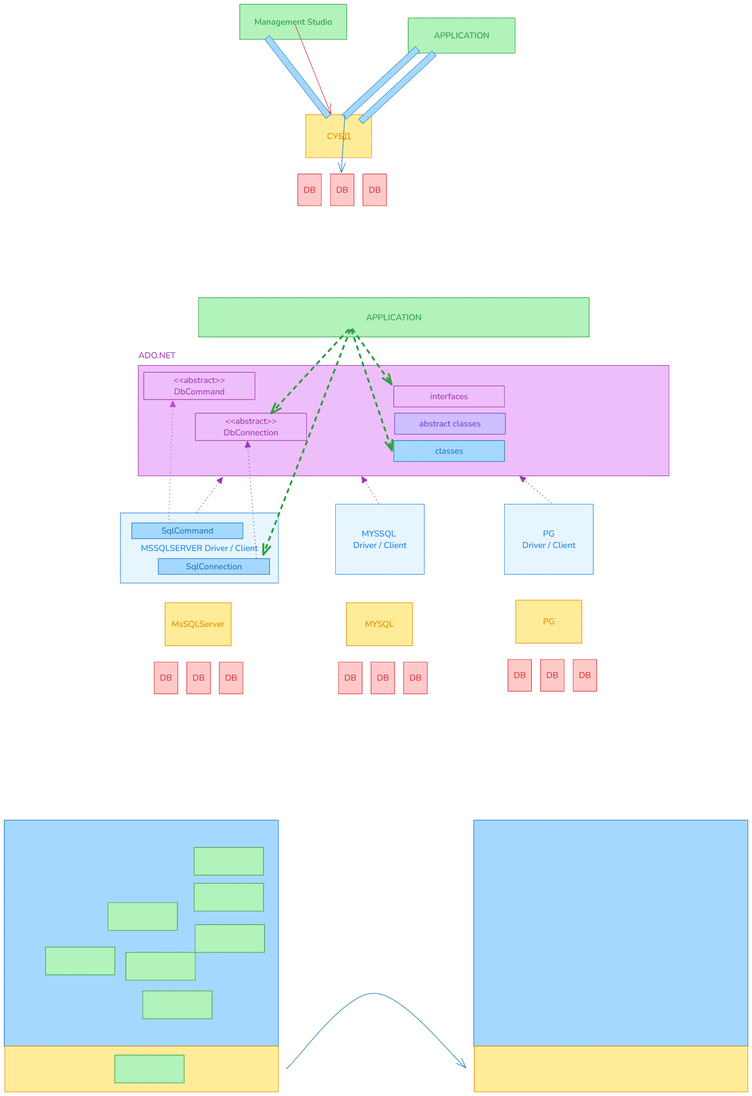
Above: img/04_ef.excalidraw.png in silvercodes/P41_db_sql_ef (Excalidraw), before the change. Source tidied: one line per element, renumbered; positions are measured from the earlier drawing's top-left corner, leaving out a move shared by most shapes.
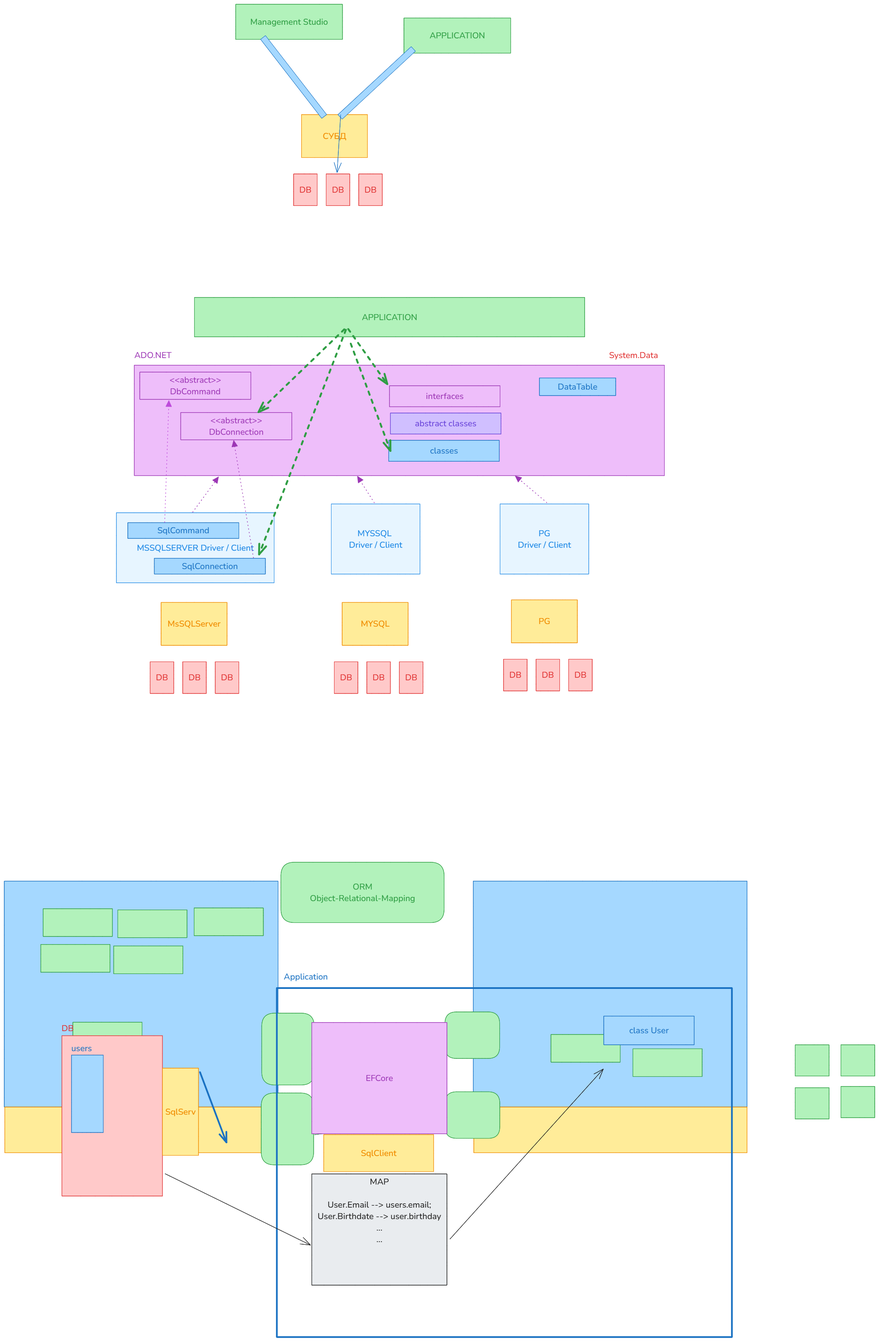
The same file after the commit.

Change to the diagram source:
```diff
@@ -46,40 +46,52 @@
 {"id": 45, "type": "rectangle", "strokeColor": "#228be6", "backgroundColor": "#e7f5ff", "fillStyle": "solid", "strokeWidth": 1, "roughness": 0, "x": 1173, "y": 1172, "width": 208, "height": 164}
 {"id": 46, "type": "text", "text": "PG\nDriver / Client", "strokeColor": "#228be6", "backgroundColor": "#eebefa", "fillStyle": "solid", "strokeWidth": 1, "roughness": 0, "fontSize": 20, "fontFamily": 6, "textAlign": "center", "verticalAlign": "middle", "inside": 45, "x": 1214, "y": 1228, "width": 125, "height": 54}
 {"id": 47, "type": "text", "text": "ADO.NET", "strokeColor": "#9c36b5", "backgroundColor": "#eebefa", "fillStyle": "solid", "strokeWidth": 1, "roughness": 0, "fontSize": 20, "fontFamily": 6, "x": 314, "y": 810, "width": 87, "height": 27}
-{"id": 48, "type": "rectangle", "strokeColor": "#9c36b5", "backgroundColor": "#eebefa", "fillStyle": "solid", "strokeWidth": 1, "roughness": 0, "x": 448, "y": 959, "width": 261, "height": 64}
+{"id": 48, "type": "rectangle", "strokeColor": "#9c36b5", "backgroundColor": "#eebefa", "fillStyle": "solid", "strokeWidth": 1, "roughness": 0, "x": 423, "y": 958, "width": 261, "height": 64}
-{"id": 49, "type": "text", "text": "<<abstract>>\nDbConnection", "strokeColor": "#9c36b5", "backgroundColor": "#eebefa", "fillStyle": "solid", "strokeWidth": 1, "roughness": 0, "fontSize": 20, "fontFamily": 6, "textAlign": "center", "verticalAlign": "middle", "inside": 48, "x": 514, "y": 964, "width": 128, "height": 54}
+{"id": 49, "type": "text", "text": "<<abstract>>\nDbConnection", "strokeColor": "#9c36b5", "backgroundColor": "#eebefa", "fillStyle": "solid", "strokeWidth": 1, "roughness": 0, "fontSize": 20, "fontFamily": 6, "textAlign": "center", "verticalAlign": "middle", "inside": 48, "x": 489, "y": 963, "width": 128, "height": 54}
 {"id": 50, "type": "arrow", "strokeColor": "#9c36b5", "backgroundColor": "#eebefa", "fillStyle": "solid", "strokeWidth": 1, "strokeStyle": "dotted", "roughness": 0, "endArrowhead": "triangle", "round": true, "from": 41, "to": 40, "x": 451, "y": 1191, "width": 60, "height": 82, "points": [[0, 0], [60, -82]]}
 {"id": 51, "type": "arrow", "strokeColor": "#9c36b5", "backgroundColor": "#eebefa", "fillStyle": "solid", "strokeWidth": 1, "strokeStyle": "dotted", "roughness": 0, "endArrowhead": "triangle", "round": true, "from": 43, "to": 40, "x": 877, "y": 1169, "width": 39, "height": 62, "points": [[0, 0], [-39, -62]]}
 {"id": 52, "type": "arrow", "strokeColor": "#9c36b5", "backgroundColor": "#eebefa", "fillStyle": "solid", "strokeWidth": 1, "strokeStyle": "dotted", "roughness": 0, "endArrowhead": "triangle", "round": true, "from": 45, "to": 40, "x": 1282, "y": 1169, "width": 74, "height": 62, "points": [[0, 0], [-74, -62]]}
 {"id": 53, "type": "rectangle", "strokeColor": "#1971c2", "backgroundColor": "#a5d8ff", "fillStyle": "solid", "strokeWidth": 1, "roughness": 0, "x": 361, "y": 1300, "width": 261, "height": 37}
 {"id": 54, "type": "text", "text": "SqlConnection", "strokeColor": "#1971c2", "backgroundColor": "#eebefa", "fillStyle": "solid", "strokeWidth": 1, "roughness": 0, "fontSize": 20, "fontFamily": 6, "textAlign": "center", "verticalAlign": "middle", "inside": 53, "x": 426, "y": 1305, "width": 132, "height": 27}
-{"id": 55, "type": "arrow", "strokeColor": "#9c36b5", "backgroundColor": "#eebefa", "fillStyle": "solid", "strokeWidth": 1, "strokeStyle": "dotted", "roughness": 0, "endArrowhead": "triangle", "round": true, "from": 53, "to": 48, "x": 591, "y": 1299, "width": 21, "height": 274, "points": [[0, 0], [-21, -274]]}
+{"id": 55, "type": "arrow", "strokeColor": "#9c36b5", "backgroundColor": "#eebefa", "fillStyle": "solid", "strokeWidth": 1, "strokeStyle": "dotted", "roughness": 0, "endArrowhead": "triangle", "round": true, "from": 53, "to": 48, "x": 594, "y": 1299, "width": 46, "height": 275, "points": [[0, 0], [-46, -275]]}
 {"id": 56, "type": "rectangle", "strokeColor": "#9c36b5", "backgroundColor": "#eebefa", "fillStyle": "solid", "strokeWidth": 1, "roughness": 0, "x": 913, "y": 895, "width": 259, "height": 49}
 {"id": 57, "type": "text", "text": "interfaces", "strokeColor": "#9c36b5", "backgroundColor": "#eebefa", "fillStyle": "solid", "strokeWidth": 1, "roughness": 0, "fontSize": 20, "fontFamily": 6, "textAlign": "center", "verticalAlign": "middle", "inside": 56, "x": 999, "y": 906, "width": 89, "height": 27}
 {"id": 58, "type": "rectangle", "strokeColor": "#6741d9", "backgroundColor": "#d0bfff", "fillStyle": "solid", "strokeWidth": 1, "roughness": 0, "x": 915, "y": 959, "width": 259, "height": 49}
 {"id": 59, "type": "text", "text": "abstract classes", "strokeColor": "#6741d9", "backgroundColor": "#eebefa", "fillStyle": "solid", "strokeWidth": 1, "roughness": 0, "fontSize": 20, "fontFamily": 6, "textAlign": "center", "verticalAlign": "middle", "inside": 58, "x": 973, "y": 970, "width": 144, "height": 27}
-{"id": 60, "type": "rectangle", "strokeColor": "#1971c2", "backgroundColor": "#a5d8ff", "fillStyle": "solid", "strokeWidth": 1, "roughness": 0, "x": 913, "y": 1023, "width": 259, "height": 49}
-{"id": 61, "type": "text", "text": "classes", "strokeColor": "#1971c2", "backgroundColor": "#eebefa", "fillStyle": "solid", "strokeWidth": 1, "roughness": 0, "fontSize": 20, "fontFamily": 6, "textAlign": "center", "verticalAlign": "middle", "inside": 60, "x": 1010, "y": 1034, "width": 66, "height": 27}
+{"id": 85, "type": "rectangle", "strokeColor": "#1971c2", "backgroundColor": "#a5d8ff", "fillStyle": "solid", "strokeWidth": 1, "roughness": 0, "x": 911, "y": 1023, "width": 259, "height": 49}
+{"id": 86, "type": "text", "text": "classes", "strokeColor": "#1971c2", "backgroundColor": "#eebefa", "fillStyle": "solid", "strokeWidth": 1, "roughness": 0, "fontSize": 20, "fontFamily": 6, "textAlign": "center", "verticalAlign": "middle", "inside": 85, "x": 1008, "y": 1034, "width": 66, "height": 27}
-{"id": 62, "type": "arrow", "strokeColor": "#2f9e44", "backgroundColor": "#d0bfff", "fillStyle": "solid", "strokeWidth": 4, "strokeStyle": "dashed", "roughness": 0, "endArrowhead": "arrow", "round": true, "from": 14, "to": 48, "x": 806, "y": 763, "width": 180, "height": 195, "points": [[0, 0], [-180, 195]]}
+{"id": 62, "type": "arrow", "strokeColor": "#2f9e44", "backgroundColor": "#d0bfff", "fillStyle": "solid", "strokeWidth": 4, "strokeStyle": "dashed", "roughness": 0, "endArrowhead": "arrow", "round": true, "from": 14, "to": 48, "x": 807, "y": 763, "width": 201, "height": 194, "points": [[0, 0], [-201, 194]]}
 {"id": 63, "type": "arrow", "strokeColor": "#2f9e44", "backgroundColor": "#d0bfff", "fillStyle": "solid", "strokeWidth": 4, "strokeStyle": "dashed", "roughness": 0, "endArrowhead": "arrow", "round": true, "from": 14, "to": 56, "x": 816, "y": 762, "width": 92, "height": 129, "points": [[0, 0], [92, 129]]}
-{"id": 64, "type": "arrow", "strokeColor": "#2f9e44", "backgroundColor": "#d0bfff", "fillStyle": "solid", "strokeWidth": 4, "strokeStyle": "dashed", "roughness": 0, "endArrowhead": "arrow", "round": true, "from": 14, "to": 60, "x": 814, "y": 764, "width": 95, "height": 282, "points": [[0, 0], [95, 282]]}
+{"id": 64, "type": "arrow", "strokeColor": "#2f9e44", "backgroundColor": "#d0bfff", "fillStyle": "solid", "strokeWidth": 4, "strokeStyle": "dashed", "roughness": 0, "endArrowhead": "arrow", "round": true, "from": 14, "to": 85, "x": 822, "y": 796, "width": 93, "height": 252, "points": [[0, 0], [93, 252]]}
 {"id": 65, "type": "arrow", "strokeColor": "#2f9e44", "backgroundColor": "#d0bfff", "fillStyle": "solid", "strokeWidth": 4, "strokeStyle": "dashed", "roughness": 0, "endArrowhead": "arrow", "round": true, "from": 14, "to": 53, "x": 811, "y": 764, "width": 204, "height": 527, "points": [[0, 0], [-204, 527]]}
 {"id": 66, "type": "rectangle", "strokeColor": "#9c36b5", "backgroundColor": "#eebefa", "fillStyle": "solid", "strokeWidth": 1, "roughness": 0, "x": 327, "y": 863, "width": 261, "height": 64}
 {"id": 67, "type": "text", "text": "<<abstract>>\nDbCommand", "strokeColor": "#9c36b5", "backgroundColor": "#eebefa", "fillStyle": "solid", "strokeWidth": 1, "roughness": 0, "fontSize": 20, "fontFamily": 6, "textAlign": "center", "verticalAlign": "middle", "inside": 66, "x": 397, "y": 868, "width": 121, "height": 54}
 {"id": 68, "type": "rectangle", "strokeColor": "#1971c2", "backgroundColor": "#a5d8ff", "fillStyle": "solid", "strokeWidth": 1, "roughness": 0, "x": 299, "y": 1216, "width": 261, "height": 37}
 {"id": 69, "type": "text", "text": "SqlCommand", "strokeColor": "#1971c2", "backgroundColor": "#eebefa", "fillStyle": "solid", "strokeWidth": 1, "roughness": 0, "fontSize": 20, "fontFamily": 6, "textAlign": "center", "verticalAlign": "middle", "inside": 68, "x": 368, "y": 1221, "width": 122, "height": 27}
-{"id": 70, "type": "arrow", "strokeColor": "#be4bdb", "backgroundColor": "#e7f5ff", "fillStyle": "solid", "strokeWidth": 1, "strokeStyle": "dotted", "roughness": 0, "endArrowhead": "triangle", "round": true, "from": 68, "to": 66, "x": 385, "y": 1217, "width": 10, "height": 287, "points": [[0, 0], [10, -287]]}
+{"id": 70, "type": "arrow", "strokeColor": "#be4bdb", "backgroundColor": "#e7f5ff", "fillStyle": "solid", "strokeWidth": 1, "strokeStyle": "dotted", "roughness": 0, "endArrowhead": "triangle", "round": true, "from": 68, "to": 66, "x": 385, "y": 1215, "width": 10, "height": 285, "points": [[0, 0], [10, -285]]}
 {"id": 71, "type": "arrow", "strokeColor": "#1971c2", "backgroundColor": "#a5d8ff", "fillStyle": "solid", "strokeWidth": 1, "roughness": 0, "endArrowhead": "arrow", "round": true, "from": 13, "to": 6, "x": 799, "y": 259, "width": 8, "height": 136, "points": [[0, 0], [-8, 136]]}
-{"id": 72, "type": "rectangle", "strokeColor": "#1971c2", "backgroundColor": "#a5d8ff", "fillStyle": "solid", "strokeWidth": 1, "roughness": 0, "x": 0, "y": 1913, "width": 643, "height": 530}
-{"id": 73, "type": "rectangle", "strokeColor": "#1971c2", "backgroundColor": "#a5d8ff", "fillStyle": "solid", "strokeWidth": 1, "roughness": 0, "x": 1101, "y": 1913, "width": 643, "height": 530}
-{"id": 74, "type": "arrow", "strokeColor": "#1971c2", "backgroundColor": "#a5d8ff", "fillStyle": "solid", "strokeWidth": 1, "roughness": 0, "endArrowhead": "arrow", "round": true, "from": 75, "to": 76, "x": 661, "y": 2497, "width": 422, "height": 177, "points": [[0, 0], [205, -177], [422, -3]]}
-{"id": 75, "type": "rectangle", "strokeColor": "#f08c00", "backgroundColor": "#ffec99", "fillStyle": "solid", "strokeWidth": 1, "roughness": 0, "x": 1, "y": 2443, "width": 641, "height": 107}
-{"id": 76, "type": "rectangle", "strokeColor": "#f08c00", "backgroundColor": "#ffec99", "fillStyle": "solid", "strokeWidth": 1, "roughness": 0, "x": 1102, "y": 2443, "width": 641, "height": 107}
-{"id": 77, "type": "rectangle", "strokeColor": "#2f9e44", "backgroundColor": "#b2f2bb", "fillStyle": "solid", "strokeWidth": 1, "roughness": 0, "x": 97, "y": 2211, "width": 162, "height": 65}
-{"id": 78, "type": "rectangle", "strokeColor": "#2f9e44", "backgroundColor": "#b2f2bb", "fillStyle": "solid", "strokeWidth": 1, "roughness": 0, "x": 285, "y": 2223, "width": 162, "height": 65}
-{"id": 79, "type": "rectangle", "strokeColor": "#2f9e44", "backgroundColor": "#b2f2bb", "fillStyle": "solid", "strokeWidth": 1, "roughness": 0, "x": 243, "y": 2106, "width": 162, "height": 65}
-{"id": 80, "type": "rectangle", "strokeColor": "#2f9e44", "backgroundColor": "#b2f2bb", "fillStyle": "solid", "strokeWidth": 1, "roughness": 0, "x": 325, "y": 2314, "width": 162, "height": 65}
-{"id": 81, "type": "rectangle", "strokeColor": "#2f9e44", "backgroundColor": "#b2f2bb", "fillStyle": "solid", "strokeWidth": 1, "roughness": 0, "x": 448, "y": 2158, "width": 162, "height": 65}
-{"id": 82, "type": "rectangle", "strokeColor": "#2f9e44", "backgroundColor": "#b2f2bb", "fillStyle": "solid", "strokeWidth": 1, "roughness": 0, "x": 259, "y": 2464, "width": 162, "height": 65}
-{"id": 83, "type": "rectangle", "strokeColor": "#2f9e44", "backgroundColor": "#b2f2bb", "fillStyle": "solid", "strokeWidth": 1, "roughness": 0, "x": 445, "y": 2061, "width": 162, "height": 65}
-{"id": 84, "type": "rectangle", "strokeColor": "#2f9e44", "backgroundColor": "#b2f2bb", "fillStyle": "solid", "strokeWidth": 1, "roughness": 0, "x": 445, "y": 1977, "width": 162, "height": 65}
+{"id": 87, "type": "text", "text": "System.Data", "strokeColor": "#e03131", "strokeWidth": 2, "roughness": 1, "fontSize": 20, "fontFamily": 6, "x": 1428, "y": 810, "width": 115, "height": 27}
+{"id": 60, "type": "rectangle", "strokeColor": "#1971c2", "backgroundColor": "#a5d8ff", "fillStyle": "solid", "strokeWidth": 1, "roughness": 0, "x": 1265, "y": 877, "width": 179, "height": 41}
+{"id": 61, "type": "text", "text": "DataTable", "strokeColor": "#1971c2", "backgroundColor": "#eebefa", "fillStyle": "solid", "strokeWidth": 1, "roughness": 0, "fontSize": 20, "fontFamily": 6, "textAlign": "center", "verticalAlign": "middle", "inside": 60, "x": 1308, "y": 884, "width": 93, "height": 27}
+{"id": 88, "type": "rectangle", "strokeColor": "#2f9e44", "backgroundColor": "#b2f2bb", "fillStyle": "solid", "strokeWidth": 1, "roughness": 0, "round": true, "x": 658, "y": 2013, "width": 383, "height": 142}
+{"id": 89, "type": "text", "text": "ORM\nObject-Relational-Mapping", "strokeColor": "#2f9e44", "backgroundColor": "#b2f2bb", "fillStyle": "solid", "strokeWidth": 1, "roughness": 0, "fontSize": 20, "fontFamily": 6, "textAlign": "center", "verticalAlign": "middle", "inside": 88, "x": 726, "y": 2057, "width": 247, "height": 54}
+{"id": 90, "type": "rectangle", "strokeColor": "#e03131", "backgroundColor": "#ffc9c9", "fillStyle": "solid", "strokeWidth": 1, "roughness": 0, "x": 144, "y": 2420, "width": 236, "height": 376}
+{"id": 91, "type": "text", "text": "DB", "strokeColor": "#e03131", "backgroundColor": "#ffc9c9", "fillStyle": "solid", "strokeWidth": 1, "roughness": 0, "fontSize": 20, "fontFamily": 6, "x": 144, "y": 2389, "width": 29, "height": 27}
+{"id": 92, "type": "rectangle", "strokeColor": "#1971c2", "backgroundColor": "#a5d8ff", "fillStyle": "solid", "strokeWidth": 1, "roughness": 0, "x": 167, "y": 2465, "width": 75, "height": 182}
+{"id": 93, "type": "text", "text": "users", "strokeColor": "#1971c2", "backgroundColor": "#ffc9c9", "fillStyle": "solid", "strokeWidth": 1, "roughness": 0, "fontSize": 20, "fontFamily": 6, "x": 166, "y": 2436, "width": 48, "height": 27}
+{"id": 94, "type": "rectangle", "strokeColor": "#1971c2", "strokeWidth": 4, "roughness": 0, "x": 649, "y": 2308, "width": 1068, "height": 819}
+{"id": 95, "type": "text", "text": "Application", "strokeColor": "#1971c2", "strokeWidth": 4, "roughness": 0, "fontSize": 20, "fontFamily": 6, "x": 665, "y": 2268, "width": 103, "height": 27}
+{"id": 96, "type": "rectangle", "strokeColor": "#f08c00", "backgroundColor": "#ffec99", "fillStyle": "solid", "strokeWidth": 1, "roughness": 0, "x": 380, "y": 2496, "width": 85, "height": 205}
+{"id": 97, "type": "text", "text": "SqlServ", "strokeColor": "#f08c00", "backgroundColor": "#ffec99", "fillStyle": "solid", "strokeWidth": 1, "roughness": 0, "fontSize": 20, "fontFamily": 6, "textAlign": "center", "verticalAlign": "middle", "inside": 96, "x": 387, "y": 2585, "width": 71, "height": 27}
+{"id": 98, "type": "rectangle", "strokeColor": "#9c36b5", "backgroundColor": "#eebefa", "fillStyle": "solid", "strokeWidth": 1, "roughness": 0, "x": 731, "y": 2389, "width": 317, "height": 261}
+{"id": 99, "type": "text", "text": "EFCore", "strokeColor": "#9c36b5", "backgroundColor": "#eebefa", "fillStyle": "solid", "strokeWidth": 1, "roughness": 0, "fontSize": 20, "fontFamily": 6, "textAlign": "center", "verticalAlign": "middle", "inside": 98, "x": 857, "y": 2506, "width": 64, "height": 27}
+{"id": 100, "type": "rectangle", "strokeColor": "#f08c00", "backgroundColor": "#ffec99", "fillStyle": "solid", "strokeWidth": 1, "roughness": 0, "x": 759, "y": 2652, "width": 258, "height": 87}
+{"id": 101, "type": "text", "text": "SqlClient", "strokeColor": "#f08c00", "backgroundColor": "#ffec99", "fillStyle": "solid", "strokeWidth": 1, "roughness": 0, "fontSize": 20, "fontFamily": 6, "textAlign": "center", "verticalAlign": "middle", "inside": 100, "x": 846, "y": 2682, "width": 83, "height": 27}
+{"id": 102, "type": "rectangle", "strokeColor": "#1971c2", "backgroundColor": "#a5d8ff", "fillStyle": "solid", "strokeWidth": 1, "roughness": 0, "x": 1416, "y": 2374, "width": 212, "height": 67}
+{"id": 103, "type": "text", "text": "class User", "strokeColor": "#1971c2", "backgroundColor": "#a5d8ff", "fillStyle": "solid", "strokeWidth": 1, "roughness": 0, "fontSize": 20, "fontFamily": 6, "textAlign": "center", "verticalAlign": "middle", "inside": 102, "x": 1476, "y": 2394, "width": 93, "height": 27}
+{"id": 104, "type": "rectangle", "strokeColor": "#2f9e44", "backgroundColor": "#b2f2bb", "fillStyle": "solid", "strokeWidth": 1, "roughness": 0, "x": 1865, "y": 2441, "width": 79, "height": 73}
+{"id": 105, "type": "rectangle", "strokeColor": "#2f9e44", "backgroundColor": "#b2f2bb", "fillStyle": "solid", "strokeWidth": 1, "roughness": 0, "x": 1973, "y": 2441, "width": 79, "height": 73}
+{"id": 106, "type": "rectangle", "strokeColor": "#2f9e44", "backgroundColor": "#b2f2bb", "fillStyle": "solid", "strokeWidth": 1, "roughness": 0, "x": 1865, "y": 2542, "width": 79, "height": 73}
+{"id": 107, "type": "rectangle", "strokeColor": "#2f9e44", "backgroundColor": "#b2f2bb", "fillStyle": "solid", "strokeWidth": 1, "roughness": 0, "x": 1973, "y": 2539, "width": 79, "height": 73}
+{"id": 108, "type": "rectangle", "strokeColor": "#1e1e1e", "backgroundColor": "#e9ecef", "fillStyle": "solid", "strokeWidth": 1, "roughness": 0, "x": 731, "y": 2744, "width": 317, "height": 261}
+{"id": 109, "type": "text", "text": "MAP\n\nUser.Email --> users.email;\nUser.Birthdate --> user.birthday\n...\n...", "strokeColor": "#1e1e1e", "backgroundColor": "#e9ecef", "fillStyle": "solid", "strokeWidth": 1, "roughness": 0, "fontSize": 20, "fontFamily": 6, "textAlign": "center", "inside": 108, "x": 744, "y": 2749, "width": 290, "height": 162}
```
